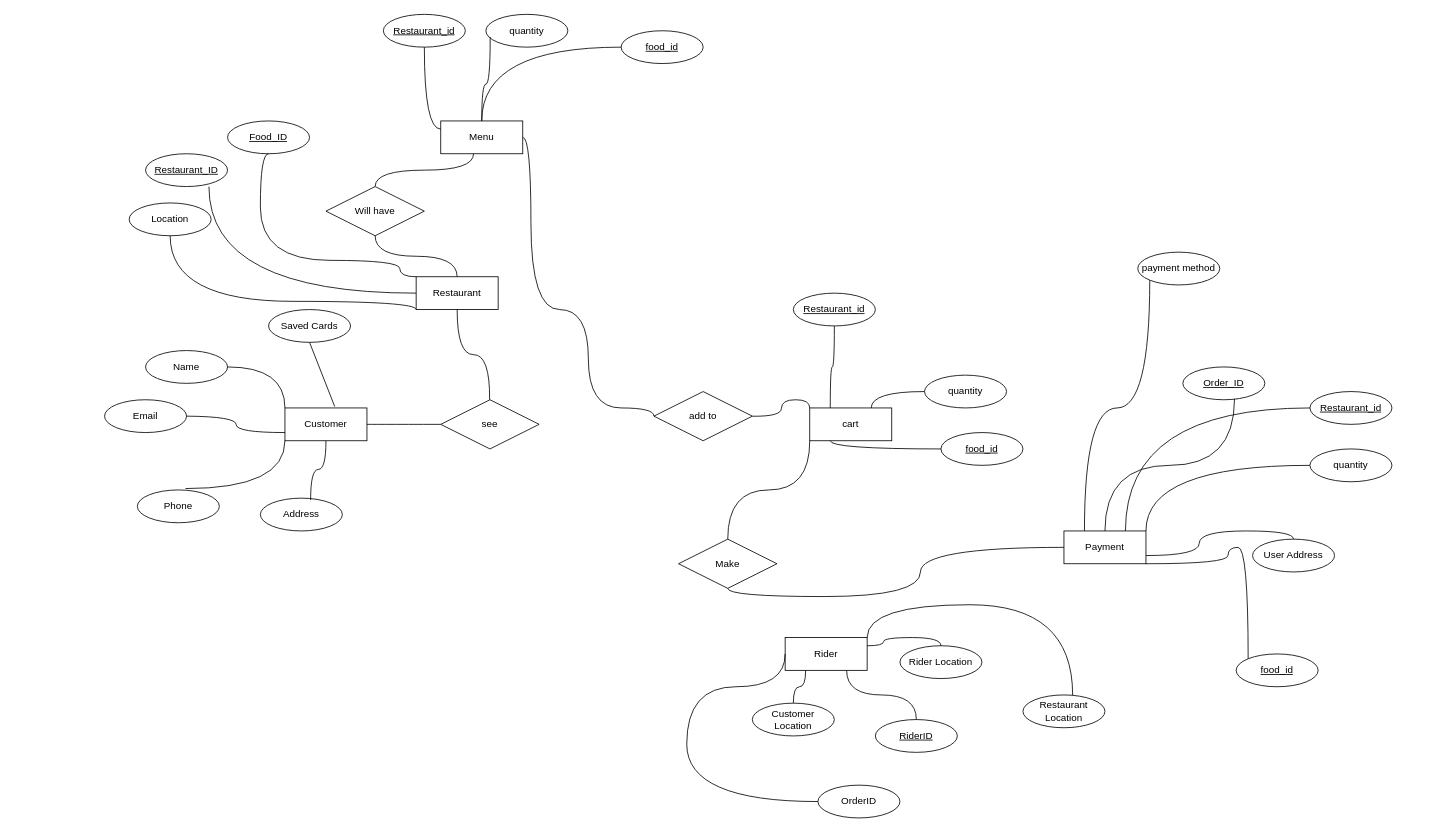
This is page "Food_Delivery" (2 of 3) of mysej.drawio from ahmadanwar93/SET-day-22, a draw.io file, before an edit. Source tidied: cells renumbered, new cells numbered last; positions are measured from the earlier drawing's top-left corner, leaving out a move shared by most shapes. Both pictures are drawn from the tidied source at 82%, with x=0, y=0 at pixel (104, 14).
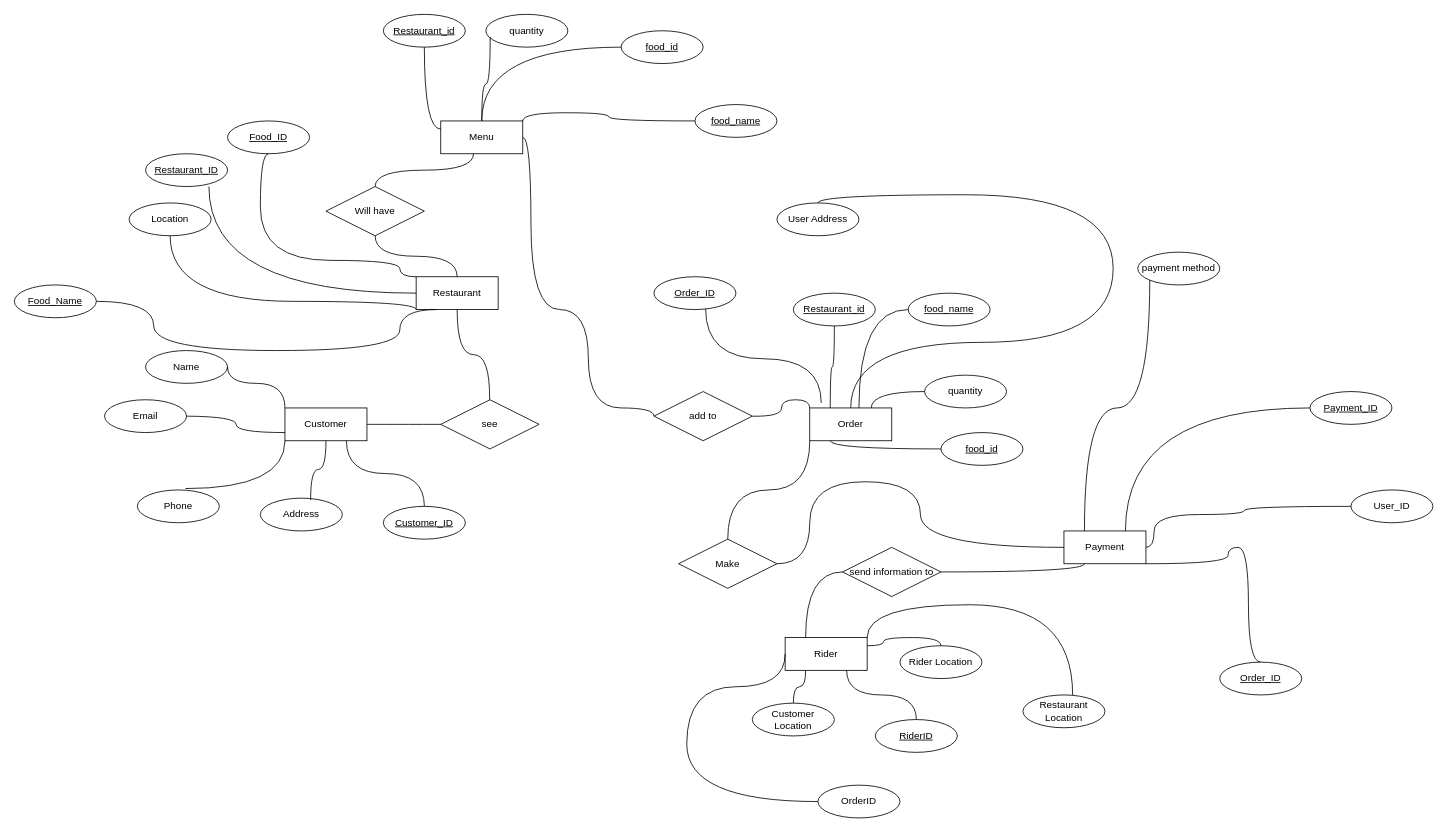
Above is the later version.

Commit message:
customer_table_draft

Unchanged cells that the change refers to:
```xml
<mxCell id="2" value="Customer" style="whiteSpace=wrap;html=1;align=center;" parent="1" vertex="1">
  <mxGeometry x="220" y="480" width="100" height="40" as="geometry" />
</mxCell>
<mxCell id="3" value="Restaurant" style="whiteSpace=wrap;html=1;align=center;" parent="1" vertex="1">
  <mxGeometry x="380" y="320" width="100" height="40" as="geometry" />
</mxCell>
<mxCell id="4" value="Rider" style="whiteSpace=wrap;html=1;align=center;" parent="1" vertex="1">
  <mxGeometry x="830" y="760" width="100" height="40" as="geometry" />
</mxCell>
<mxCell id="5" value="Payment" style="whiteSpace=wrap;html=1;align=center;" parent="1" vertex="1">
  <mxGeometry x="1170" y="630" width="100" height="40" as="geometry" />
</mxCell>
<mxCell id="8" value="Menu" style="whiteSpace=wrap;html=1;align=center;" parent="1" vertex="1">
  <mxGeometry x="410" y="130" width="100" height="40" as="geometry" />
</mxCell>
<mxCell id="9" value="Name" style="ellipse;whiteSpace=wrap;html=1;align=center;" parent="1" vertex="1">
  <mxGeometry x="50" y="410" width="100" height="40" as="geometry" />
</mxCell>
<mxCell id="40" value="Make" style="shape=rhombus;perimeter=rhombusPerimeter;whiteSpace=wrap;html=1;align=center;" parent="1" vertex="1">
  <mxGeometry x="700" y="640" width="120" height="60" as="geometry" />
</mxCell>
```

The edit, as a diff of the source:
```diff
@@
-    <mxCell id="7" value="cart" style="whiteSpace=wrap;html=1;align=center;" parent="1" vertex="1">
+    <mxCell id="7" value="Order" style="whiteSpace=wrap;html=1;align=center;" parent="1" vertex="1">
       <mxGeometry x="860" y="480" width="100" height="40" as="geometry" />
     </mxCell>
@@
-    <mxCell id="13" value="Saved Cards" style="ellipse;whiteSpace=wrap;html=1;align=center;" parent="1" vertex="1">
-      <mxGeometry x="200" y="360" width="100" height="40" as="geometry" />
-    </mxCell>
-    <mxCell id="14" style="endArrow=none;html=1;rounded=0;entryX=0.5;entryY=1;entryDx=0;entryDy=0;exitX=0.607;exitY=-0.042;exitDx=0;exitDy=0;exitPerimeter=0;" parent="1" edge="1" source="2" target="13">
-      <mxGeometry relative="1" as="geometry" />
-    </mxCell>
     <mxCell id="15" style="endArrow=none;html=1;rounded=0;edgeStyle=orthogonalEdgeStyle;curved=1;exitX=1;exitY=0.5;exitDx=0;exitDy=0;entryX=0;entryY=0;entryDx=0;entryDy=0;" parent="1" edge="1" source="9" target="2">
-      <mxGeometry relative="1" as="geometry" />
+      <mxGeometry relative="1" as="geometry">
+        <Array as="points">
+          <mxPoint x="150" y="450" />
+          <mxPoint x="220" y="450" />
+        </Array>
+      </mxGeometry>
     </mxCell>
@@
     <mxCell id="38" value="User Address" style="ellipse;whiteSpace=wrap;html=1;align=center;" parent="1" vertex="1">
-      <mxGeometry x="1400" y="640" width="100" height="40" as="geometry" />
+      <mxGeometry x="820" y="230" width="100" height="40" as="geometry" />
     </mxCell>
-    <mxCell id="39" style="endArrow=none;html=1;rounded=0;edgeStyle=orthogonalEdgeStyle;curved=1;exitX=1;exitY=0.75;exitDx=0;exitDy=0;entryX=0.5;entryY=0;entryDx=0;entryDy=0;" parent="1" edge="1" source="5" target="38">
-      <mxGeometry relative="1" as="geometry" />
+    <mxCell id="39" style="endArrow=none;html=1;rounded=0;edgeStyle=orthogonalEdgeStyle;curved=1;exitX=0.5;exitY=0;exitDx=0;exitDy=0;entryX=0.5;entryY=0;entryDx=0;entryDy=0;" parent="1" edge="1" source="7" target="38">
+      <mxGeometry relative="1" as="geometry">
+        <Array as="points">
+          <mxPoint x="910" y="400" />
+          <mxPoint x="1230" y="400" />
+          <mxPoint x="1230" y="220" />
+          <mxPoint x="870" y="220" />
+        </Array>
+      </mxGeometry>
     </mxCell>
@@
-    <mxCell id="42" style="endArrow=none;html=1;rounded=0;edgeStyle=orthogonalEdgeStyle;curved=1;exitX=0.5;exitY=1;exitDx=0;exitDy=0;entryX=0;entryY=0.5;entryDx=0;entryDy=0;" parent="1" edge="1" source="40" target="5">
-      <mxGeometry relative="1" as="geometry" />
+    <mxCell id="42" style="endArrow=none;html=1;rounded=0;edgeStyle=orthogonalEdgeStyle;curved=1;exitX=1;exitY=0.5;exitDx=0;exitDy=0;entryX=0;entryY=0.5;entryDx=0;entryDy=0;" parent="1" edge="1" source="40" target="5">
+      <mxGeometry relative="1" as="geometry">
+        <Array as="points">
+          <mxPoint x="860" y="670" />
+          <mxPoint x="860" y="570" />
+          <mxPoint x="995" y="570" />
+          <mxPoint x="995" y="650" />
+        </Array>
+      </mxGeometry>
     </mxCell>
@@
     <mxCell id="45" value="Order_ID" style="ellipse;whiteSpace=wrap;html=1;align=center;fontStyle=4;" parent="1" vertex="1">
-      <mxGeometry x="1315" y="430" width="100" height="40" as="geometry" />
+      <mxGeometry x="670" y="320" width="100" height="40" as="geometry" />
     </mxCell>
-    <mxCell id="46" style="endArrow=none;html=1;rounded=0;edgeStyle=orthogonalEdgeStyle;curved=1;exitX=0.63;exitY=0.977;exitDx=0;exitDy=0;entryX=0.5;entryY=0;entryDx=0;entryDy=0;exitPerimeter=0;" parent="1" edge="1" source="45" target="5">
+    <mxCell id="46" style="endArrow=none;html=1;rounded=0;edgeStyle=orthogonalEdgeStyle;curved=1;exitX=0.63;exitY=0.977;exitDx=0;exitDy=0;entryX=0.14;entryY=-0.154;entryDx=0;entryDy=0;exitPerimeter=0;entryPerimeter=0;" parent="1" edge="1" source="45" target="7">
       <mxGeometry relative="1" as="geometry" />
     </mxCell>
@@
-    <mxCell id="55" value="Restaurant_id" style="ellipse;whiteSpace=wrap;html=1;align=center;fontStyle=4;" parent="1" vertex="1">
+    <mxCell id="55" value="Payment_ID" style="ellipse;whiteSpace=wrap;html=1;align=center;fontStyle=4;" parent="1" vertex="1">
       <mxGeometry x="1470" y="460" width="100" height="40" as="geometry" />
     </mxCell>
-    <mxCell id="56" value="quantity" style="ellipse;whiteSpace=wrap;html=1;align=center;" parent="1" vertex="1">
-      <mxGeometry x="1470" y="530" width="100" height="40" as="geometry" />
-    </mxCell>
-    <mxCell id="57" value="food_id" style="ellipse;whiteSpace=wrap;html=1;align=center;fontStyle=4;" parent="1" vertex="1">
-      <mxGeometry x="1380" y="780" width="100" height="40" as="geometry" />
-    </mxCell>
-    <mxCell id="58" style="endArrow=none;html=1;rounded=0;edgeStyle=orthogonalEdgeStyle;curved=1;entryX=0;entryY=0;entryDx=0;entryDy=0;" parent="1" edge="1" source="5" target="57">
+    <mxCell id="58" style="endArrow=none;html=1;rounded=0;edgeStyle=orthogonalEdgeStyle;curved=1;entryX=0.5;entryY=0;entryDx=0;entryDy=0;" parent="1" edge="1" source="5" target="76">
       <mxGeometry relative="1" as="geometry">
         <Array as="points">
           <mxPoint x="1370" y="670" />
           <mxPoint x="1370" y="650" />
           <mxPoint x="1395" y="650" />
+          <mxPoint x="1395" y="790" />
         </Array>
       </mxGeometry>
     </mxCell>
@@
-    <mxCell id="60" style="endArrow=none;html=1;rounded=0;edgeStyle=orthogonalEdgeStyle;curved=1;exitX=0;exitY=0.5;exitDx=0;exitDy=0;entryX=1;entryY=0;entryDx=0;entryDy=0;" parent="1" edge="1" source="56" target="5">
-      <mxGeometry relative="1" as="geometry" />
-    </mxCell>
@@
+    <mxCell id="70" value="Customer_ID" style="ellipse;whiteSpace=wrap;html=1;align=center;fontStyle=4;" parent="1" vertex="1">
+      <mxGeometry x="340" y="600" width="100" height="40" as="geometry" />
+    </mxCell>
+    <mxCell id="71" style="endArrow=none;html=1;rounded=0;edgeStyle=orthogonalEdgeStyle;curved=1;exitX=0.5;exitY=0;exitDx=0;exitDy=0;entryX=0.75;entryY=1;entryDx=0;entryDy=0;" parent="1" edge="1" source="70" target="2">
+      <mxGeometry relative="1" as="geometry" />
+    </mxCell>
+    <mxCell id="72" value="food_name" style="ellipse;whiteSpace=wrap;html=1;align=center;fontStyle=4;" parent="1" vertex="1">
+      <mxGeometry x="980" y="340" width="100" height="40" as="geometry" />
+    </mxCell>
+    <mxCell id="73" style="endArrow=none;html=1;rounded=0;edgeStyle=orthogonalEdgeStyle;curved=1;entryX=0.6;entryY=0;entryDx=0;entryDy=0;entryPerimeter=0;" parent="1" edge="1" source="72" target="7">
+      <mxGeometry relative="1" as="geometry" />
+    </mxCell>
+    <mxCell id="74" value="User_ID" style="ellipse;whiteSpace=wrap;html=1;align=center;" parent="1" vertex="1">
+      <mxGeometry x="1520" y="580" width="100" height="40" as="geometry" />
+    </mxCell>
+    <mxCell id="75" style="endArrow=none;html=1;rounded=0;edgeStyle=orthogonalEdgeStyle;curved=1;exitX=1;exitY=0.5;exitDx=0;exitDy=0;entryX=0;entryY=0.5;entryDx=0;entryDy=0;" parent="1" edge="1" source="5" target="74">
+      <mxGeometry relative="1" as="geometry">
+        <Array as="points">
+          <mxPoint x="1280" y="650" />
+          <mxPoint x="1280" y="610" />
+          <mxPoint x="1390" y="610" />
+          <mxPoint x="1390" y="600" />
+        </Array>
+      </mxGeometry>
+    </mxCell>
+    <mxCell id="76" value="Order_ID" style="ellipse;whiteSpace=wrap;html=1;align=center;fontStyle=4;" parent="1" vertex="1">
+      <mxGeometry x="1360" y="790" width="100" height="40" as="geometry" />
+    </mxCell>
+    <mxCell id="77" value="send information to" style="shape=rhombus;perimeter=rhombusPerimeter;whiteSpace=wrap;html=1;align=center;" parent="1" vertex="1">
+      <mxGeometry x="900" y="650" width="120" height="60" as="geometry" />
+    </mxCell>
+    <mxCell id="78" style="endArrow=none;html=1;rounded=0;edgeStyle=orthogonalEdgeStyle;curved=1;exitX=1;exitY=0.5;exitDx=0;exitDy=0;entryX=0.25;entryY=1;entryDx=0;entryDy=0;" parent="1" edge="1" source="77" target="5">
+      <mxGeometry relative="1" as="geometry" />
+    </mxCell>
+    <mxCell id="79" style="endArrow=none;html=1;rounded=0;edgeStyle=orthogonalEdgeStyle;curved=1;exitX=0.25;exitY=0;exitDx=0;exitDy=0;entryX=0;entryY=0.5;entryDx=0;entryDy=0;" parent="1" edge="1" source="4" target="77">
+      <mxGeometry relative="1" as="geometry" />
+    </mxCell>
+    <mxCell id="80" value="Food_Name" style="ellipse;whiteSpace=wrap;html=1;align=center;fontStyle=4;" parent="1" vertex="1">
+      <mxGeometry x="-110" y="330" width="100" height="40" as="geometry" />
+    </mxCell>
+    <mxCell id="81" style="endArrow=none;html=1;rounded=0;edgeStyle=orthogonalEdgeStyle;curved=1;exitX=0.25;exitY=1;exitDx=0;exitDy=0;entryX=1;entryY=0.5;entryDx=0;entryDy=0;" parent="1" edge="1" source="3" target="80">
+      <mxGeometry relative="1" as="geometry">
+        <Array as="points">
+          <mxPoint x="360" y="360" />
+          <mxPoint x="360" y="410" />
+          <mxPoint x="60" y="410" />
+          <mxPoint x="60" y="350" />
+        </Array>
+      </mxGeometry>
+    </mxCell>
+    <mxCell id="82" value="food_name" style="ellipse;whiteSpace=wrap;html=1;align=center;fontStyle=4;" parent="1" vertex="1">
+      <mxGeometry x="720" y="110" width="100" height="40" as="geometry" />
+    </mxCell>
+    <mxCell id="83" style="endArrow=none;html=1;rounded=0;edgeStyle=orthogonalEdgeStyle;curved=1;exitX=0;exitY=0.5;exitDx=0;exitDy=0;entryX=1;entryY=0;entryDx=0;entryDy=0;" parent="1" edge="1" source="82" target="8">
+      <mxGeometry relative="1" as="geometry" />
+    </mxCell>
```
